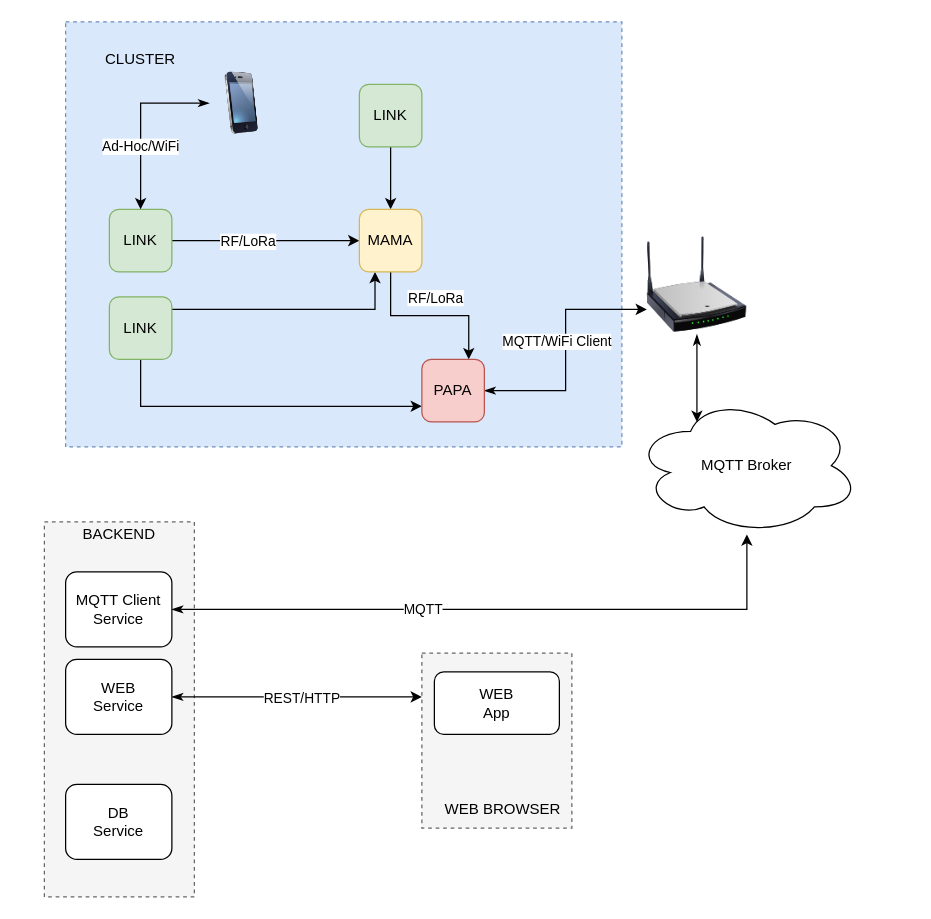
The draw.io diagram CDP-Diagram.drawio in amirna2/cdp-demo, before the edit. Source tidied: cells renumbered, new cells numbered last; positions are measured from the earlier drawing's top-left corner, leaving out a move shared by most shapes. Both pictures are drawn from the tidied source at 125%, with x=0, y=0 at pixel (44, 21).
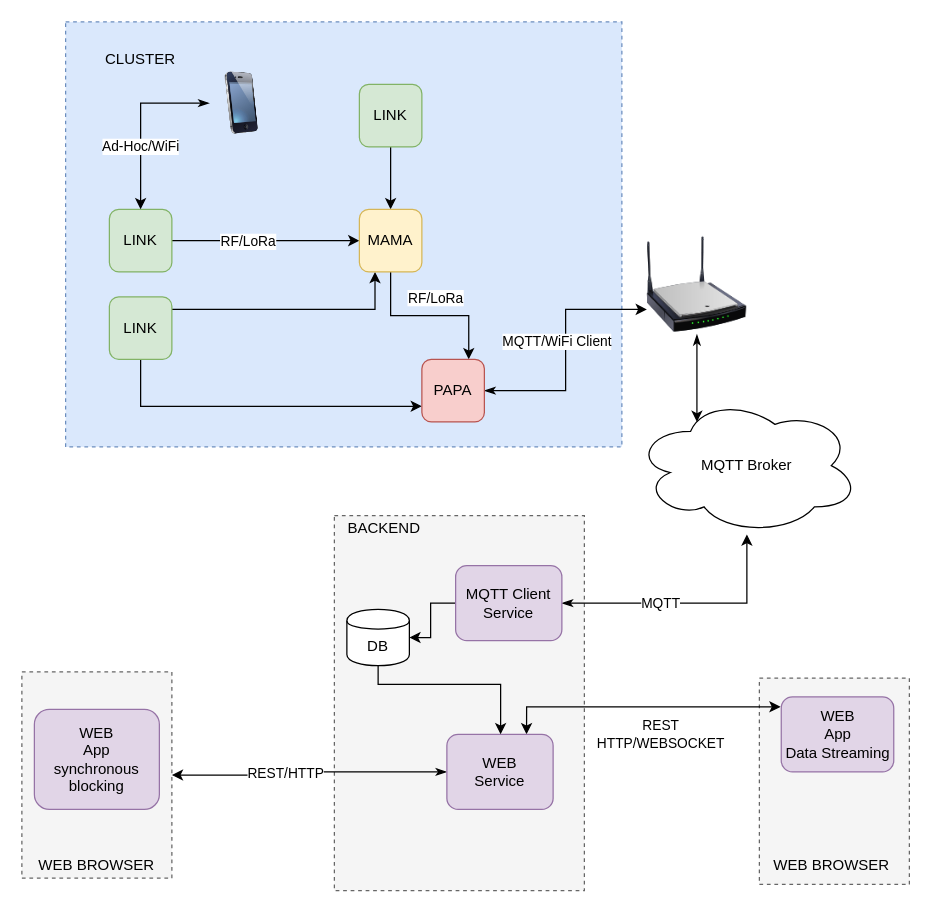
The same page after the edit.

Diff of the diagram source:
```diff
@@
+    <mxCell id="35" style="rounded=0;whiteSpace=wrap;html=1;dashed=1;fillColor=#f5f5f5;strokeColor=#666666;fontColor=#333333;" parent="1" vertex="1">
+      <mxGeometry x="572" y="525" width="120" height="165" as="geometry" />
+    </mxCell>
@@
     <mxCell id="3" style="rounded=0;whiteSpace=wrap;html=1;dashed=1;fillColor=#f5f5f5;strokeColor=#666666;fontColor=#333333;" parent="1" vertex="1">
-      <mxGeometry x="302" y="505" width="120" height="140" as="geometry" />
+      <mxGeometry x="-18" y="520" width="120" height="165" as="geometry" />
     </mxCell>
     <mxCell id="4" style="rounded=0;whiteSpace=wrap;html=1;dashed=1;fillColor=#f5f5f5;strokeColor=#666666;fontColor=#333333;" parent="1" vertex="1">
-      <mxGeometry y="400" width="120" height="300" as="geometry" />
+      <mxGeometry x="232" y="395" width="200" height="300" as="geometry" />
     </mxCell>
@@
+    <mxCell id="36" style="edgeStyle=orthogonalEdgeStyle;rounded=0;jettySize=auto;html=1;entryX=1;entryY=0.5;entryDx=0;entryDy=0;startArrow=none;startFill=0;" parent="1" edge="1" source="22" target="42">
+      <mxGeometry relative="1" as="geometry" />
+    </mxCell>
-    <mxCell id="22" value="MQTT Client&lt;br&gt;Service" style="rounded=1;whiteSpace=wrap;html=1;" parent="1" vertex="1">
-      <mxGeometry x="17" y="440" width="85" height="60" as="geometry" />
+    <mxCell id="22" value="MQTT Client&lt;br&gt;Service" style="rounded=1;whiteSpace=wrap;html=1;fillColor=#e1d5e7;strokeColor=#9673a6;" parent="1" vertex="1">
+      <mxGeometry x="329" y="435" width="85" height="60" as="geometry" />
     </mxCell>
-    <mxCell id="23" style="edgeStyle=orthogonalEdgeStyle;rounded=0;jettySize=auto;html=1;entryX=0;entryY=0.25;entryDx=0;entryDy=0;startArrow=classicThin;startFill=1;" parent="1" edge="1" source="25" target="3">
+    <mxCell id="23" style="edgeStyle=orthogonalEdgeStyle;rounded=0;jettySize=auto;html=1;startArrow=classicThin;startFill=1;" parent="1" edge="1" source="25" target="3">
       <mxGeometry relative="1" as="geometry" />
     </mxCell>
     <mxCell id="24" value="REST/HTTP" style="edgeLabel;html=1;align=center;verticalAlign=middle;" parent="23" vertex="1">
-      <mxGeometry x="0.03" relative="1" as="geometry" />
+      <mxGeometry x="0.03" relative="1" as="geometry">
+        <mxPoint x="-17.5" y="-2.5" as="offset" />
+      </mxGeometry>
     </mxCell>
+    <mxCell id="37" style="edgeStyle=orthogonalEdgeStyle;rounded=0;jettySize=auto;html=1;exitX=0.75;exitY=0;exitDx=0;exitDy=0;entryX=-0.006;entryY=0.133;entryDx=0;entryDy=0;entryPerimeter=0;startArrow=classic;startFill=1;" parent="1" edge="1" source="25" target="39">
+      <mxGeometry relative="1" as="geometry" />
+    </mxCell>
+    <mxCell id="38" value="REST&lt;br&gt;HTTP/WEBSOCKET" style="edgeLabel;html=1;align=center;verticalAlign=middle;" parent="37" vertex="1">
+      <mxGeometry x="-0.08" y="1" relative="1" as="geometry">
+        <mxPoint x="25.2" y="23" as="offset" />
+      </mxGeometry>
+    </mxCell>
-    <mxCell id="25" value="WEB&lt;br&gt;Service" style="rounded=1;whiteSpace=wrap;html=1;" parent="1" vertex="1">
-      <mxGeometry x="17" y="510" width="85" height="60" as="geometry" />
+    <mxCell id="25" value="WEB&lt;br&gt;Service" style="rounded=1;whiteSpace=wrap;html=1;fillColor=#e1d5e7;strokeColor=#9673a6;" parent="1" vertex="1">
+      <mxGeometry x="322" y="570" width="85" height="60" as="geometry" />
     </mxCell>
-    <mxCell id="26" value="DB&lt;br&gt;Service" style="rounded=1;whiteSpace=wrap;html=1;" parent="1" vertex="1">
-      <mxGeometry x="17" y="610" width="85" height="60" as="geometry" />
-    </mxCell>
-    <mxCell id="27" value="WEB&lt;br&gt;App" style="rounded=1;whiteSpace=wrap;html=1;" parent="1" vertex="1">
-      <mxGeometry x="312" y="520" width="100" height="50" as="geometry" />
+    <mxCell id="27" value="WEB&lt;br&gt;App&lt;br&gt;synchronous&lt;br&gt;blocking" style="rounded=1;whiteSpace=wrap;html=1;fillColor=#e1d5e7;strokeColor=#9673a6;" parent="1" vertex="1">
+      <mxGeometry x="-8" y="550" width="100" height="80" as="geometry" />
     </mxCell>
     <mxCell id="28" value="BACKEND" style="text;html=1;strokeColor=none;fillColor=none;align=center;verticalAlign=middle;whiteSpace=wrap;rounded=0;dashed=1;" parent="1" vertex="1">
-      <mxGeometry x="40" y="400" width="40" height="20" as="geometry" />
+      <mxGeometry x="252" y="395" width="40" height="20" as="geometry" />
     </mxCell>
     <mxCell id="29" value="WEB BROWSER" style="text;html=1;strokeColor=none;fillColor=none;align=center;verticalAlign=middle;whiteSpace=wrap;rounded=0;dashed=1;" parent="1" vertex="1">
-      <mxGeometry x="317" y="620" width="100" height="20" as="geometry" />
+      <mxGeometry x="-8" y="665" width="100" height="20" as="geometry" />
     </mxCell>
@@
+    <mxCell id="39" value="WEB&lt;br&gt;App&lt;br&gt;Data Streaming" style="rounded=1;whiteSpace=wrap;html=1;fillColor=#e1d5e7;strokeColor=#9673a6;" parent="1" vertex="1">
+      <mxGeometry x="589.5" y="540" width="90" height="60" as="geometry" />
+    </mxCell>
+    <mxCell id="40" value="WEB BROWSER" style="text;html=1;strokeColor=none;fillColor=none;align=center;verticalAlign=middle;whiteSpace=wrap;rounded=0;dashed=1;" parent="1" vertex="1">
+      <mxGeometry x="579.5" y="665" width="100" height="20" as="geometry" />
+    </mxCell>
+    <mxCell id="41" style="edgeStyle=orthogonalEdgeStyle;rounded=0;jettySize=auto;html=1;startArrow=none;startFill=0;" parent="1" edge="1" source="42" target="25">
+      <mxGeometry relative="1" as="geometry">
+        <Array as="points">
+          <mxPoint x="267" y="530" />
+          <mxPoint x="365" y="530" />
+        </Array>
+      </mxGeometry>
+    </mxCell>
+    <mxCell id="42" value="DB" style="shape=cylinder;whiteSpace=wrap;html=1;boundedLbl=1;backgroundOutline=1;" parent="1" vertex="1">
+      <mxGeometry x="242" y="470" width="50" height="45" as="geometry" />
+    </mxCell>
```
